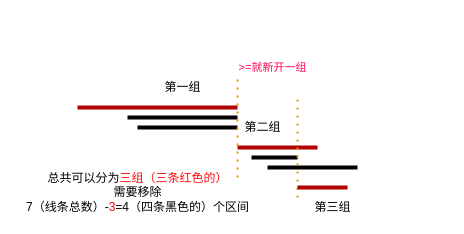
liuyx599/leetcode_imgs keeps this draw.io diagram as lc435.drawio. Above is the earlier version. Source tidied: cells renumbered, new cells numbered last; positions are measured from the earlier drawing's top-left corner, leaving out a move shared by most shapes. Both pictures are drawn from the tidied source at 100%, with x=0, y=0 at pixel (17, 57).
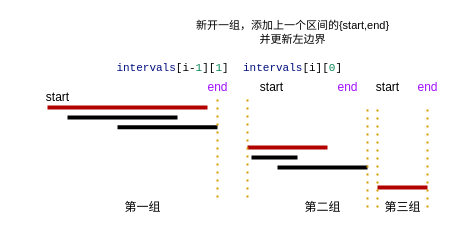
After the change.

What changed in the source:
```diff
@@
     <mxCell id="2" style="endArrow=none;html=1;rounded=0;strokeWidth=4;fillColor=#e51400;strokeColor=#B20000;" parent="1" edge="1">
       <mxGeometry relative="1" as="geometry">
-        <mxPoint x="60" y="50" as="sourcePoint" />
-        <mxPoint x="220" y="50" as="targetPoint" />
+        <mxPoint x="30" y="50" as="sourcePoint" />
+        <mxPoint x="190" y="50" as="targetPoint" />
       </mxGeometry>
     </mxCell>
     <mxCell id="3" style="endArrow=none;html=1;rounded=0;strokeWidth=4;" parent="1" edge="1">
       <mxGeometry relative="1" as="geometry">
-        <mxPoint x="110" y="60" as="sourcePoint" />
-        <mxPoint x="220" y="60" as="targetPoint" />
+        <mxPoint x="50" y="60" as="sourcePoint" />
+        <mxPoint x="160" y="60" as="targetPoint" />
       </mxGeometry>
     </mxCell>
     <mxCell id="4" style="endArrow=none;html=1;rounded=0;strokeWidth=4;" parent="1" edge="1">
       <mxGeometry relative="1" as="geometry">
-        <mxPoint x="120" y="70" as="sourcePoint" />
-        <mxPoint x="220" y="70" as="targetPoint" />
+        <mxPoint x="100" y="69.7" as="sourcePoint" />
+        <mxPoint x="200" y="69.7" as="targetPoint" />
       </mxGeometry>
     </mxCell>
     <mxCell id="5" style="endArrow=none;html=1;rounded=0;strokeWidth=4;" parent="1" edge="1">
       <mxGeometry relative="1" as="geometry">
-        <mxPoint x="250" y="110" as="sourcePoint" />
-        <mxPoint x="340" y="110" as="targetPoint" />
+        <mxPoint x="260" y="110" as="sourcePoint" />
+        <mxPoint x="350" y="110" as="targetPoint" />
       </mxGeometry>
     </mxCell>
     <mxCell id="6" style="endArrow=none;html=1;rounded=0;strokeWidth=4;fillColor=#e51400;strokeColor=#B20000;" parent="1" edge="1">
       <mxGeometry relative="1" as="geometry">
-        <mxPoint x="220" y="90" as="sourcePoint" />
-        <mxPoint x="300" y="90" as="targetPoint" />
+        <mxPoint x="230" y="90" as="sourcePoint" />
+        <mxPoint x="310" y="90" as="targetPoint" />
       </mxGeometry>
     </mxCell>
@@
     <mxCell id="8" style="endArrow=none;dashed=1;html=1;dashPattern=1 3;strokeWidth=2;rounded=0;fillColor=#ffe6cc;strokeColor=#d79b00;" parent="1" edge="1">
       <mxGeometry relative="1" as="geometry">
-        <mxPoint x="220" y="120" as="sourcePoint" />
-        <mxPoint x="220" y="20" as="targetPoint" />
+        <mxPoint x="200" y="140" as="sourcePoint" />
+        <mxPoint x="200" y="40" as="targetPoint" />
       </mxGeometry>
     </mxCell>
     <mxCell id="9" style="endArrow=none;dashed=1;html=1;dashPattern=1 3;strokeWidth=2;rounded=0;fillColor=#ffe6cc;strokeColor=#d79b00;" parent="1" edge="1">
       <mxGeometry relative="1" as="geometry">
-        <mxPoint x="280" y="140" as="sourcePoint" />
-        <mxPoint x="280" y="40" as="targetPoint" />
+        <mxPoint x="350" y="150" as="sourcePoint" />
+        <mxPoint x="350" y="50" as="targetPoint" />
       </mxGeometry>
     </mxCell>
     <mxCell id="10" style="endArrow=none;html=1;rounded=0;strokeWidth=4;fillColor=#e51400;strokeColor=#B20000;" parent="1" edge="1">
       <mxGeometry relative="1" as="geometry">
-        <mxPoint x="280" y="130" as="sourcePoint" />
-        <mxPoint x="330" y="130" as="targetPoint" />
+        <mxPoint x="360" y="130" as="sourcePoint" />
+        <mxPoint x="410" y="130" as="targetPoint" />
       </mxGeometry>
     </mxCell>
     <mxCell id="11" value="第一组" style="text;html=1;align=center;verticalAlign=middle;fillColor=none;strokeColor=none;rounded=0;" parent="1" vertex="1">
-      <mxGeometry x="140" y="20" width="50" height="20" as="geometry" />
+      <mxGeometry x="100" y="140" width="50" height="20" as="geometry" />
     </mxCell>
     <mxCell id="12" value="第二组" style="text;html=1;align=center;verticalAlign=middle;fillColor=none;strokeColor=none;rounded=0;" parent="1" vertex="1">
-      <mxGeometry x="220" y="60" width="50" height="20" as="geometry" />
+      <mxGeometry x="280" y="140" width="50" height="20" as="geometry" />
     </mxCell>
     <mxCell id="13" value="第三组" style="text;html=1;align=center;verticalAlign=middle;fillColor=none;strokeColor=none;rounded=0;" parent="1" vertex="1">
-      <mxGeometry x="290" y="140" width="50" height="20" as="geometry" />
+      <mxGeometry x="360" y="140" width="50" height="20" as="geometry" />
     </mxCell>
-    <mxCell id="14" value="总共可以分为&lt;font color=&quot;#ff0d0d&quot;&gt;三组（三条红色的）&lt;/font&gt;&lt;br&gt;需要移除&lt;br&gt;7（线条总数）-&lt;font color=&quot;#ff0000&quot;&gt;3&lt;/font&gt;=4（四条黑色的）个区间" style="text;html=1;align=center;verticalAlign=middle;fillColor=none;strokeColor=none;rounded=0;" parent="1" vertex="1">
-      <mxGeometry y="110" width="240" height="50" as="geometry" />
-    </mxCell>
-    <mxCell id="15" value="&lt;font color=&quot;#ff0550&quot;&gt;&lt;font style=&quot;font-size: 11px;&quot;&gt;&amp;gt;=&lt;/font&gt;&lt;font style=&quot;font-size: 11px;&quot;&gt;就新开一组&lt;/font&gt;&lt;/font&gt;" style="text;html=1;align=center;verticalAlign=middle;fillColor=none;strokeColor=none;rounded=0;fontColor=#FF0000;" parent="1" vertex="1">
-      <mxGeometry x="210" width="90" height="20" as="geometry" />
-    </mxCell>
+    <mxCell id="16" value="start" style="text;html=1;align=center;verticalAlign=middle;fillColor=none;strokeColor=none;rounded=0;" parent="1" vertex="1">
+      <mxGeometry x="20" y="30" width="40" height="20" as="geometry" />
+    </mxCell>
+    <mxCell id="17" value="start" style="text;html=1;align=center;verticalAlign=middle;fillColor=none;strokeColor=none;rounded=0;" parent="1" vertex="1">
+      <mxGeometry x="234" y="20" width="40" height="20" as="geometry" />
+    </mxCell>
+    <mxCell id="18" style="endArrow=none;dashed=1;html=1;dashPattern=1 3;strokeWidth=2;rounded=0;fillColor=#ffe6cc;strokeColor=#d79b00;" parent="1" edge="1">
+      <mxGeometry relative="1" as="geometry">
+        <mxPoint x="230" y="140" as="sourcePoint" />
+        <mxPoint x="230" y="40" as="targetPoint" />
+      </mxGeometry>
+    </mxCell>
+    <mxCell id="19" value="start" style="text;html=1;align=center;verticalAlign=middle;fillColor=none;strokeColor=none;rounded=0;" parent="1" vertex="1">
+      <mxGeometry x="350" y="20" width="40" height="20" as="geometry" />
+    </mxCell>
+    <mxCell id="20" style="endArrow=none;dashed=1;html=1;dashPattern=1 3;strokeWidth=2;rounded=0;fillColor=#ffe6cc;strokeColor=#d79b00;" parent="1" edge="1">
+      <mxGeometry relative="1" as="geometry">
+        <mxPoint x="410" y="150" as="sourcePoint" />
+        <mxPoint x="410" y="50" as="targetPoint" />
+        <Array as="points">
+          <mxPoint x="410" y="90" />
+        </Array>
+      </mxGeometry>
+    </mxCell>
+    <mxCell id="21" value="&lt;font color=&quot;#9f0fff&quot;&gt;end&lt;/font&gt;" style="text;html=1;align=center;verticalAlign=middle;fillColor=none;strokeColor=none;rounded=0;" parent="1" vertex="1">
+      <mxGeometry x="180" y="20" width="40" height="20" as="geometry" />
+    </mxCell>
+    <mxCell id="22" value="&lt;font color=&quot;#9f0fff&quot;&gt;end&lt;/font&gt;" style="text;html=1;align=center;verticalAlign=middle;fillColor=none;strokeColor=none;rounded=0;" parent="1" vertex="1">
+      <mxGeometry x="310" y="20" width="40" height="20" as="geometry" />
+    </mxCell>
+    <mxCell id="23" style="endArrow=none;dashed=1;html=1;dashPattern=1 3;strokeWidth=2;rounded=0;fillColor=#ffe6cc;strokeColor=#d79b00;" parent="1" edge="1">
+      <mxGeometry relative="1" as="geometry">
+        <mxPoint x="360" y="150" as="sourcePoint" />
+        <mxPoint x="360" y="50" as="targetPoint" />
+      </mxGeometry>
+    </mxCell>
+    <mxCell id="24" value="&lt;font color=&quot;#9f0fff&quot;&gt;end&lt;/font&gt;" style="text;html=1;align=center;verticalAlign=middle;fillColor=none;strokeColor=none;rounded=0;" parent="1" vertex="1">
+      <mxGeometry x="390" y="20" width="40" height="20" as="geometry" />
+    </mxCell>
+    <mxCell id="25" value="&lt;div style=&quot;color: rgb(0, 0, 0); background-color: rgb(255, 255, 255); font-family: Consolas, &amp;quot;Courier New&amp;quot;, monospace; line-height: 18px; font-size: 11px;&quot;&gt;&lt;span style=&quot;color: rgb(0, 16, 128); font-size: 11px;&quot;&gt;intervals&lt;/span&gt;[i-&lt;span style=&quot;color: rgb(9, 134, 88); font-size: 11px;&quot;&gt;1&lt;/span&gt;][&lt;span style=&quot;color: rgb(9, 134, 88); font-size: 11px;&quot;&gt;1&lt;/span&gt;]&lt;/div&gt;" style="text;html=1;align=center;verticalAlign=middle;fillColor=none;strokeColor=none;rounded=0;fontColor=#9F0FFF;" parent="1" vertex="1">
+      <mxGeometry x="90" width="130" height="20" as="geometry" />
+    </mxCell>
+    <mxCell id="26" value="&lt;div style=&quot;background-color: rgb(255, 255, 255); font-family: Consolas, &amp;quot;Courier New&amp;quot;, monospace; line-height: 18px; font-size: 11px;&quot;&gt;&lt;span style=&quot;color: rgb(0, 0, 0);&quot;&gt;&lt;span style=&quot;color: rgb(0, 16, 128); font-size: 11px;&quot;&gt;intervals&lt;/span&gt;[i][&lt;/span&gt;&lt;font color=&quot;#098658&quot;&gt;0&lt;/font&gt;&lt;font color=&quot;#000000&quot;&gt;]&lt;/font&gt;&lt;/div&gt;" style="text;html=1;align=center;verticalAlign=middle;fillColor=none;strokeColor=none;rounded=0;fontColor=#9F0FFF;" parent="1" vertex="1">
+      <mxGeometry x="220" width="110" height="20" as="geometry" />
+    </mxCell>
+    <mxCell id="27" value="&lt;font color=&quot;#000000&quot;&gt;新开一组，添加上一个区间的{start,end}&lt;br&gt;并更新左边界&lt;br&gt;&lt;/font&gt;" style="text;html=1;align=center;verticalAlign=middle;fillColor=none;strokeColor=none;rounded=0;fontSize=11;fontColor=#9F0FFF;" parent="1" vertex="1">
+      <mxGeometry x="160" y="-40" width="230" height="30" as="geometry" />
+    </mxCell>
```
